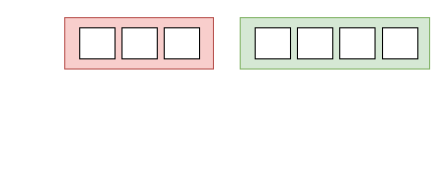
This is 未命名绘图.drawio from K111DK/Network-utils, a draw.io file, before an edit. Source tidied: cells renumbered, new cells numbered last; positions are measured from the earlier drawing's top-left corner, leaving out a move shared by most shapes. Both pictures are drawn from the tidied source at 107%, with x=0, y=0 at pixel (64, 17).
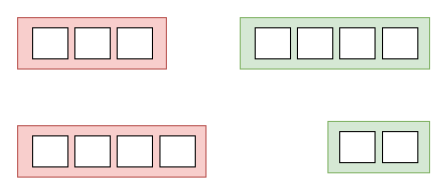
After the change.

Commit message (it also covers changes not shown here):
更新未命名绘图.drawio

Diff of the diagram source:
```diff
@@
 <mxGraphModel>
   <root>
     <mxCell id="0" />
     <mxCell id="1" parent="0" />
     <mxCell id="2" style="rounded=0;whiteSpace=wrap;html=1;fillColor=#f8cecc;strokeColor=#b85450;" parent="1" vertex="1">
-      <mxGeometry width="139" height="48" as="geometry" />
+      <mxGeometry x="-44" width="139" height="48" as="geometry" />
     </mxCell>
     <mxCell id="3" style="rounded=0;whiteSpace=wrap;html=1;" parent="1" vertex="1">
-      <mxGeometry x="14" y="9.5" width="33" height="29" as="geometry" />
+      <mxGeometry x="-30" y="9.5" width="33" height="29" as="geometry" />
     </mxCell>
     <mxCell id="4" style="rounded=0;whiteSpace=wrap;html=1;" parent="1" vertex="1">
-      <mxGeometry x="53.5" y="9.5" width="33" height="29" as="geometry" />
+      <mxGeometry x="9.5" y="9.5" width="33" height="29" as="geometry" />
     </mxCell>
     <mxCell id="5" style="rounded=0;whiteSpace=wrap;html=1;" parent="1" vertex="1">
-      <mxGeometry x="93" y="9.5" width="33" height="29" as="geometry" />
+      <mxGeometry x="49" y="9.5" width="33" height="29" as="geometry" />
     </mxCell>
     <mxCell id="6" style="rounded=0;whiteSpace=wrap;html=1;fillColor=#d5e8d4;strokeColor=#82b366;" parent="1" vertex="1">
       <mxGeometry x="164" width="177" height="48" as="geometry" />
     </mxCell>
     <mxCell id="7" style="rounded=0;whiteSpace=wrap;html=1;" parent="1" vertex="1">
       <mxGeometry x="178" y="9.5" width="33" height="29" as="geometry" />
     </mxCell>
     <mxCell id="8" style="rounded=0;whiteSpace=wrap;html=1;" parent="1" vertex="1">
       <mxGeometry x="217.5" y="9.5" width="33" height="29" as="geometry" />
     </mxCell>
     <mxCell id="9" style="rounded=0;whiteSpace=wrap;html=1;" parent="1" vertex="1">
       <mxGeometry x="257" y="9.5" width="33" height="29" as="geometry" />
     </mxCell>
     <mxCell id="10" style="rounded=0;whiteSpace=wrap;html=1;" parent="1" vertex="1">
       <mxGeometry x="297" y="9.5" width="33" height="29" as="geometry" />
     </mxCell>
+    <mxCell id="11" style="rounded=0;whiteSpace=wrap;html=1;fillColor=#f8cecc;strokeColor=#b85450;" parent="1" vertex="1">
+      <mxGeometry x="-44" y="101" width="176" height="48" as="geometry" />
+    </mxCell>
+    <mxCell id="12" style="rounded=0;whiteSpace=wrap;html=1;" parent="1" vertex="1">
+      <mxGeometry x="-30" y="110.5" width="33" height="29" as="geometry" />
+    </mxCell>
+    <mxCell id="13" style="rounded=0;whiteSpace=wrap;html=1;" parent="1" vertex="1">
+      <mxGeometry x="9.5" y="110.5" width="33" height="29" as="geometry" />
+    </mxCell>
+    <mxCell id="14" style="rounded=0;whiteSpace=wrap;html=1;" parent="1" vertex="1">
+      <mxGeometry x="49" y="110.5" width="33" height="29" as="geometry" />
+    </mxCell>
+    <mxCell id="15" style="rounded=0;whiteSpace=wrap;html=1;fillColor=#d5e8d4;strokeColor=#82b366;" parent="1" vertex="1">
+      <mxGeometry x="246" y="97" width="95" height="48" as="geometry" />
+    </mxCell>
+    <mxCell id="16" style="rounded=0;whiteSpace=wrap;html=1;" parent="1" vertex="1">
+      <mxGeometry x="89" y="110.5" width="33" height="29" as="geometry" />
+    </mxCell>
+    <mxCell id="17" style="rounded=0;whiteSpace=wrap;html=1;" parent="1" vertex="1">
+      <mxGeometry x="257" y="106.5" width="33" height="29" as="geometry" />
+    </mxCell>
+    <mxCell id="18" style="rounded=0;whiteSpace=wrap;html=1;" parent="1" vertex="1">
+      <mxGeometry x="297" y="106.5" width="33" height="29" as="geometry" />
+    </mxCell>
   </root>
 </mxGraphModel>
```
